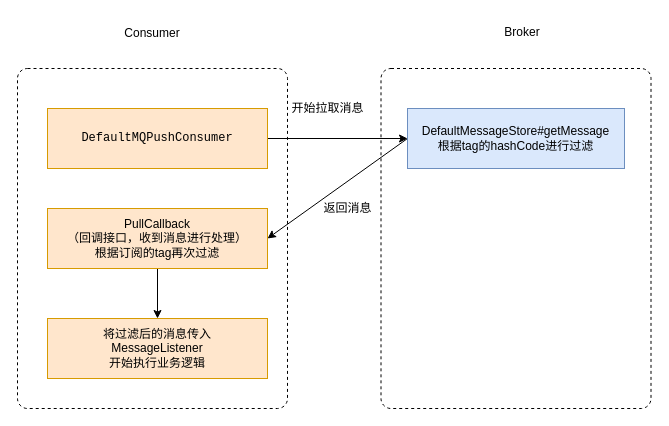
Above: rocketmq/消息过滤.drawio in erlieStar/diagrams (draw.io), before the change. Source tidied: cells renumbered, new cells numbered last; positions are measured from the earlier drawing's top-left corner, leaving out a move shared by most shapes. Both pictures are drawn from the tidied source at 100%, with x=0, y=0 at pixel (17, 17).
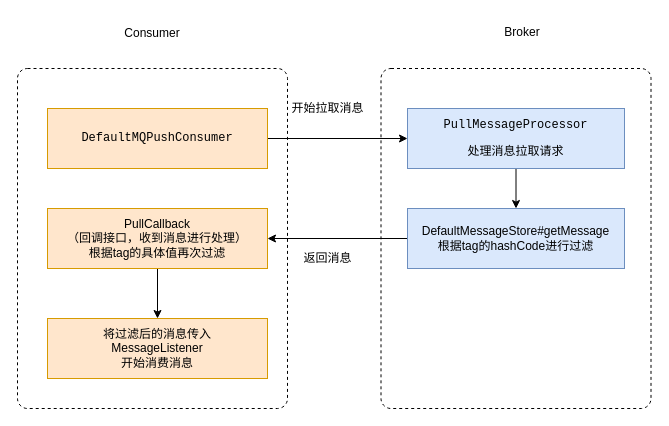
Above is the later version.

The edit, as a diff of the source:
```diff
@@
 <mxGraphModel>
   <root>
     <mxCell id="0" />
     <mxCell id="1" parent="0" />
     <mxCell id="2" style="html=1;align=center;verticalAlign=top;rounded=1;absoluteArcSize=1;arcSize=20;dashed=1;" parent="1" vertex="1">
       <mxGeometry x="363.5" y="51" width="270" height="340" as="geometry" />
     </mxCell>
     <mxCell id="3" style="html=1;align=center;verticalAlign=top;rounded=1;absoluteArcSize=1;arcSize=20;dashed=1;" parent="1" vertex="1">
       <mxGeometry y="51" width="270" height="340" as="geometry" />
     </mxCell>
-    <mxCell id="4" style="edgeStyle=orthogonalEdgeStyle;rounded=0;jettySize=auto;html=1;exitX=1;exitY=0.5;exitDx=0;exitDy=0;entryX=0;entryY=0.5;entryDx=0;entryDy=0;" parent="1" edge="1" source="5" target="7">
-      <mxGeometry relative="1" as="geometry" />
-    </mxCell>
+    <mxCell id="15" style="edgeStyle=orthogonalEdgeStyle;rounded=0;jettySize=auto;html=1;exitX=1;exitY=0.5;exitDx=0;exitDy=0;entryX=0;entryY=0.5;entryDx=0;entryDy=0;" parent="1" edge="1" source="5" target="17">
+      <mxGeometry relative="1" as="geometry" />
+    </mxCell>
     <mxCell id="5" value="&lt;pre&gt;DefaultMQPushConsumer&lt;/pre&gt;" style="rounded=0;whiteSpace=wrap;html=1;fillColor=#ffe6cc;strokeColor=#d79b00;" parent="1" vertex="1">
       <mxGeometry x="30" y="91" width="220" height="60" as="geometry" />
     </mxCell>
-    <mxCell id="6" style="rounded=0;jettySize=auto;html=1;exitX=0;exitY=0.5;exitDx=0;exitDy=0;entryX=1;entryY=0.5;entryDx=0;entryDy=0;" parent="1" edge="1" source="7" target="9">
+    <mxCell id="6" style="edgeStyle=orthogonalEdgeStyle;rounded=0;jettySize=auto;html=1;exitX=0;exitY=0.5;exitDx=0;exitDy=0;entryX=1;entryY=0.5;entryDx=0;entryDy=0;" parent="1" edge="1" source="7" target="9">
       <mxGeometry relative="1" as="geometry" />
     </mxCell>
     <mxCell id="7" value="&lt;span&gt;DefaultMessageStore#getMessage&lt;br&gt;根据tag的hashCode进行过滤&lt;br&gt;&lt;/span&gt;" style="rounded=0;whiteSpace=wrap;html=1;fillColor=#dae8fc;strokeColor=#6c8ebf;" parent="1" vertex="1">
-      <mxGeometry x="390" y="91" width="217" height="60" as="geometry" />
+      <mxGeometry x="390" y="191" width="217" height="60" as="geometry" />
     </mxCell>
     <mxCell id="8" style="edgeStyle=none;rounded=0;jettySize=auto;html=1;exitX=0.5;exitY=1;exitDx=0;exitDy=0;entryX=0.5;entryY=0;entryDx=0;entryDy=0;" parent="1" edge="1" source="9" target="10">
       <mxGeometry relative="1" as="geometry" />
     </mxCell>
-    <mxCell id="9" value="PullCallback&lt;br&gt;（回调接口，收到消息进行处理）&lt;br&gt;根据订阅的tag再次过滤" style="rounded=0;whiteSpace=wrap;html=1;fillColor=#ffe6cc;strokeColor=#d79b00;" parent="1" vertex="1">
+    <mxCell id="9" value="PullCallback&lt;br&gt;（回调接口，收到消息进行处理）&lt;br&gt;根据tag的具体值再次过滤" style="rounded=0;whiteSpace=wrap;html=1;fillColor=#ffe6cc;strokeColor=#d79b00;" parent="1" vertex="1">
       <mxGeometry x="30" y="191" width="220" height="60" as="geometry" />
     </mxCell>
-    <mxCell id="10" value="&lt;span style=&quot;text-align: left&quot;&gt;将过滤后的消息传入&lt;br&gt;&lt;/span&gt;&lt;span style=&quot;text-align: left&quot;&gt;MessageListener&lt;br&gt;&lt;/span&gt;&lt;span style=&quot;text-align: left&quot;&gt;开始执行业务逻辑&lt;br&gt;&lt;/span&gt;" style="rounded=0;whiteSpace=wrap;html=1;fillColor=#ffe6cc;strokeColor=#d79b00;" parent="1" vertex="1">
+    <mxCell id="10" value="&lt;span style=&quot;text-align: left&quot;&gt;将过滤后的消息传入&lt;br&gt;&lt;/span&gt;&lt;span style=&quot;text-align: left&quot;&gt;MessageListener&lt;br&gt;&lt;/span&gt;&lt;span style=&quot;text-align: left&quot;&gt;开始消费消息&lt;br&gt;&lt;/span&gt;" style="rounded=0;whiteSpace=wrap;html=1;fillColor=#ffe6cc;strokeColor=#d79b00;" parent="1" vertex="1">
       <mxGeometry x="30" y="301" width="220" height="60" as="geometry" />
     </mxCell>
     <mxCell id="11" value="开始拉取消息" style="text;html=1;align=center;verticalAlign=middle;strokeColor=none;fillColor=none;" parent="1" vertex="1">
       <mxGeometry x="265" y="81" width="90" height="20" as="geometry" />
     </mxCell>
-    <mxCell id="12" value="返回消息" style="text;html=1;align=center;verticalAlign=middle;strokeColor=none;fillColor=none;" parent="1" vertex="1">
-      <mxGeometry x="300" y="181" width="60" height="20" as="geometry" />
-    </mxCell>
     <mxCell id="13" value="Consumer" style="text;html=1;strokeColor=none;fillColor=none;align=center;verticalAlign=middle;whiteSpace=wrap;rounded=0;" parent="1" vertex="1">
       <mxGeometry x="105" y="1" width="60" height="30" as="geometry" />
     </mxCell>
     <mxCell id="14" value="Broker" style="text;html=1;strokeColor=none;fillColor=none;align=center;verticalAlign=middle;whiteSpace=wrap;rounded=0;" parent="1" vertex="1">
       <mxGeometry x="475" width="60" height="30" as="geometry" />
     </mxCell>
+    <mxCell id="16" style="edgeStyle=orthogonalEdgeStyle;rounded=0;jettySize=auto;html=1;" parent="1" edge="1" source="17" target="7">
+      <mxGeometry relative="1" as="geometry" />
+    </mxCell>
+    <mxCell id="17" value="&lt;pre&gt;PullMessageProcessor&lt;/pre&gt;&lt;pre&gt;处理消息拉取请求&lt;/pre&gt;" style="rounded=0;whiteSpace=wrap;html=1;fillColor=#dae8fc;strokeColor=#6c8ebf;" parent="1" vertex="1">
+      <mxGeometry x="390" y="91" width="217" height="60" as="geometry" />
+    </mxCell>
+    <mxCell id="12" value="返回消息" style="text;html=1;align=center;verticalAlign=middle;strokeColor=none;fillColor=none;" parent="1" vertex="1">
+      <mxGeometry x="280" y="231" width="60" height="20" as="geometry" />
+    </mxCell>
   </root>
 </mxGraphModel>
```
